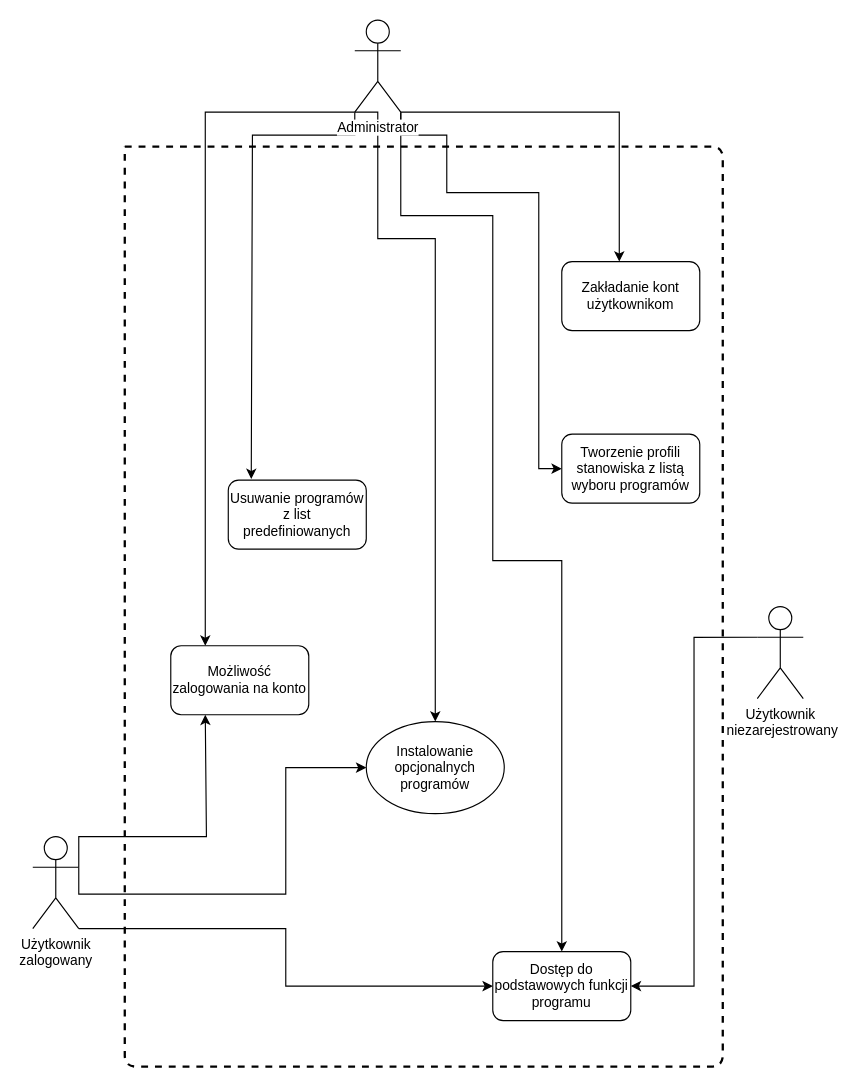
PioGaw97/ZarzCyklAppWsei keeps this draw.io diagram as ZarządzanieCyklApp.drawio. Above is the earlier version. Source tidied: cells renumbered, new cells numbered last; positions are measured from the earlier drawing's top-left corner, leaving out a move shared by most shapes. Both pictures are drawn from the tidied source at 115%, with x=0, y=0 at pixel (32, 20).
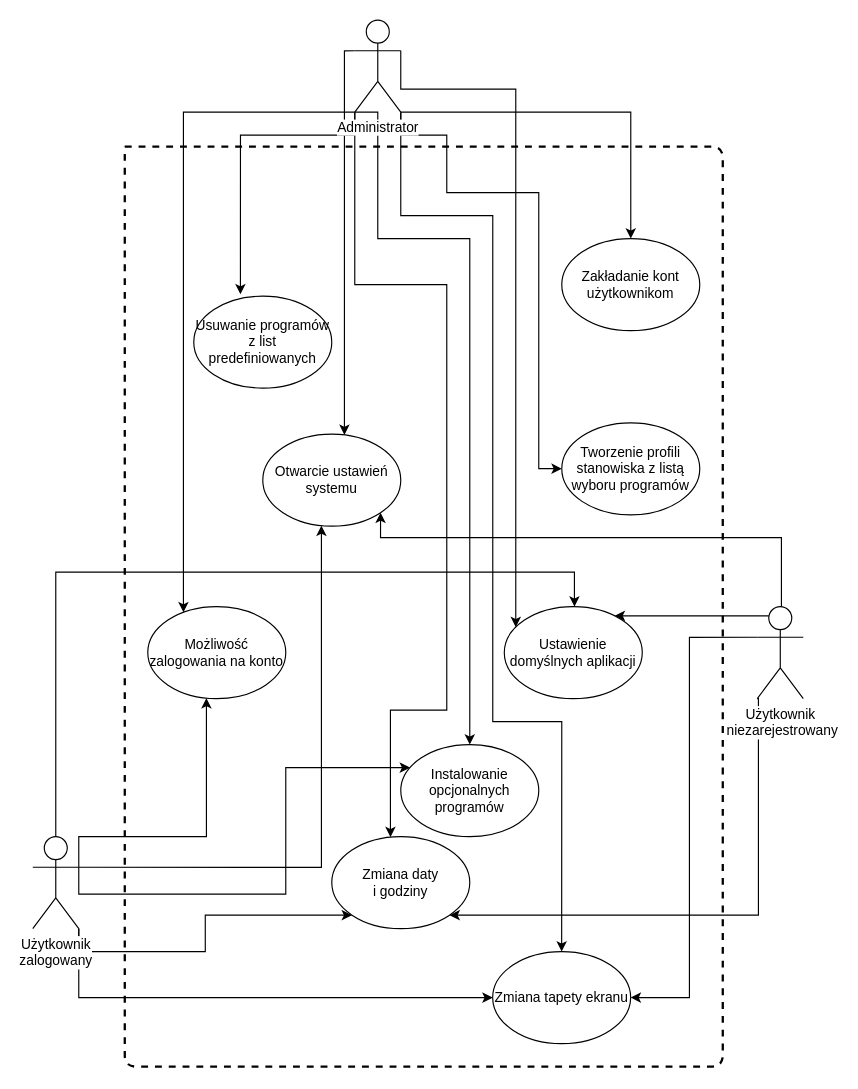
The same page after the edit.

Unchanged cells that the change refers to:
```xml
<mxCell id="8" value="&lt;div&gt;Administrator&lt;/div&gt;" style="shape=umlActor;verticalLabelPosition=bottom;labelBackgroundColor=#ffffff;verticalAlign=top;html=1;outlineConnect=0;" parent="1" vertex="1">
  <mxGeometry x="280" width="40" height="80" as="geometry" />
</mxCell>
<mxCell id="10" value="&lt;div&gt;Użytkownik&lt;/div&gt;&amp;nbsp;niezarejestrowany" style="shape=umlActor;verticalLabelPosition=bottom;labelBackgroundColor=#ffffff;verticalAlign=top;html=1;outlineConnect=0;" parent="1" vertex="1">
  <mxGeometry x="630" y="510" width="40" height="80" as="geometry" />
</mxCell>
<mxCell id="14" value="&lt;div&gt;Użytkownik &lt;br&gt;&lt;/div&gt;&lt;div&gt;zalogowany&lt;/div&gt;" style="shape=umlActor;verticalLabelPosition=bottom;labelBackgroundColor=#ffffff;verticalAlign=top;html=1;outlineConnect=0;" parent="1" vertex="1">
  <mxGeometry y="710" width="40" height="80" as="geometry" />
</mxCell>
```

The edit, as a diff of the source:
```diff
@@
     <mxCell id="2" style="edgeStyle=orthogonalEdgeStyle;rounded=0;jettySize=auto;html=1;exitX=1;exitY=1;exitDx=0;exitDy=0;exitPerimeter=0;" parent="1" edge="1" source="8" target="15">
       <mxGeometry relative="1" as="geometry">
         <Array as="points">
-          <mxPoint x="510" y="80" />
+          <mxPoint x="520" y="80" />
         </Array>
       </mxGeometry>
     </mxCell>
@@
-    <mxCell id="4" style="edgeStyle=orthogonalEdgeStyle;rounded=0;jettySize=auto;html=1;exitX=0;exitY=1;exitDx=0;exitDy=0;exitPerimeter=0;entryX=0.172;entryY=0;entryDx=0;entryDy=0;entryPerimeter=0;" parent="1" edge="1" source="8" target="17">
+    <mxCell id="4" style="edgeStyle=orthogonalEdgeStyle;rounded=0;jettySize=auto;html=1;exitX=0;exitY=1;exitDx=0;exitDy=0;exitPerimeter=0;entryX=0.338;entryY=-0.019;entryDx=0;entryDy=0;entryPerimeter=0;" parent="1" edge="1" source="8" target="17">
       <mxGeometry relative="1" as="geometry">
         <Array as="points">
           <mxPoint x="280" y="100" />
-          <mxPoint x="191" y="100" />
+          <mxPoint x="181" y="100" />
         </Array>
       </mxGeometry>
     </mxCell>
-    <mxCell id="5" style="edgeStyle=orthogonalEdgeStyle;rounded=0;jettySize=auto;html=1;exitX=0;exitY=1;exitDx=0;exitDy=0;exitPerimeter=0;entryX=0.25;entryY=0;entryDx=0;entryDy=0;" parent="1" edge="1" source="8" target="19">
+    <mxCell id="5" style="edgeStyle=orthogonalEdgeStyle;rounded=0;jettySize=auto;html=1;exitX=0;exitY=1;exitDx=0;exitDy=0;exitPerimeter=0;" parent="1" edge="1" source="8" target="19">
       <mxGeometry relative="1" as="geometry">
         <Array as="points">
-          <mxPoint x="150" y="80" />
+          <mxPoint x="131" y="80" />
         </Array>
       </mxGeometry>
     </mxCell>
     <mxCell id="6" style="edgeStyle=orthogonalEdgeStyle;rounded=0;jettySize=auto;html=1;exitX=0;exitY=1;exitDx=0;exitDy=0;exitPerimeter=0;entryX=0.5;entryY=0;entryDx=0;entryDy=0;" parent="1" edge="1" source="8" target="21">
       <mxGeometry relative="1" as="geometry">
         <Array as="points">
           <mxPoint x="300" y="80" />
           <mxPoint x="300" y="190" />
-          <mxPoint x="350" y="190" />
+          <mxPoint x="380" y="190" />
         </Array>
       </mxGeometry>
     </mxCell>
-    <mxCell id="7" style="edgeStyle=orthogonalEdgeStyle;rounded=0;jettySize=auto;html=1;exitX=1;exitY=1;exitDx=0;exitDy=0;exitPerimeter=0;entryX=0.5;entryY=0;entryDx=0;entryDy=0;" parent="1" edge="1" source="8" target="18">
+    <mxCell id="7" style="edgeStyle=orthogonalEdgeStyle;rounded=0;jettySize=auto;html=1;exitX=1;exitY=1;exitDx=0;exitDy=0;exitPerimeter=0;" parent="1" edge="1" source="8" target="31">
       <mxGeometry relative="1" as="geometry">
         <Array as="points">
           <mxPoint x="320" y="170" />
           <mxPoint x="400" y="170" />
-          <mxPoint x="400" y="470" />
-          <mxPoint x="460" y="470" />
+          <mxPoint x="400" y="610" />
+          <mxPoint x="460" y="610" />
         </Array>
       </mxGeometry>
     </mxCell>
+    <mxCell id="22" style="edgeStyle=orthogonalEdgeStyle;rounded=0;jettySize=auto;html=1;exitX=0;exitY=1;exitDx=0;exitDy=0;exitPerimeter=0;strokeWidth=1;" parent="1" edge="1" source="8" target="32">
+      <mxGeometry relative="1" as="geometry">
+        <Array as="points">
+          <mxPoint x="280" y="230" />
+          <mxPoint x="360" y="230" />
+          <mxPoint x="360" y="600" />
+          <mxPoint x="311" y="600" />
+        </Array>
+      </mxGeometry>
+    </mxCell>
+    <mxCell id="23" style="edgeStyle=orthogonalEdgeStyle;rounded=0;jettySize=auto;html=1;exitX=1;exitY=0.3333333333333333;exitDx=0;exitDy=0;exitPerimeter=0;strokeWidth=1;" parent="1" edge="1" source="8" target="33">
+      <mxGeometry relative="1" as="geometry">
+        <Array as="points">
+          <mxPoint x="320" y="60" />
+          <mxPoint x="420" y="60" />
+        </Array>
+      </mxGeometry>
+    </mxCell>
+    <mxCell id="24" style="edgeStyle=orthogonalEdgeStyle;rounded=0;jettySize=auto;html=1;exitX=0;exitY=0.3333333333333333;exitDx=0;exitDy=0;exitPerimeter=0;strokeWidth=1;" parent="1" edge="1" source="8" target="34">
+      <mxGeometry relative="1" as="geometry">
+        <Array as="points">
+          <mxPoint x="271" y="27" />
+        </Array>
+      </mxGeometry>
+    </mxCell>
@@
-    <mxCell id="9" style="edgeStyle=orthogonalEdgeStyle;rounded=0;jettySize=auto;html=1;exitX=0;exitY=0.3333333333333333;exitDx=0;exitDy=0;exitPerimeter=0;entryX=1;entryY=0.5;entryDx=0;entryDy=0;" parent="1" edge="1" source="10" target="18">
-      <mxGeometry relative="1" as="geometry" />
+    <mxCell id="9" style="edgeStyle=orthogonalEdgeStyle;rounded=0;jettySize=auto;html=1;exitX=0;exitY=0.3333333333333333;exitDx=0;exitDy=0;exitPerimeter=0;entryX=1;entryY=0.5;entryDx=0;entryDy=0;" parent="1" edge="1" source="10" target="31">
+      <mxGeometry relative="1" as="geometry">
+        <Array as="points">
+          <mxPoint x="571" y="536" />
+          <mxPoint x="571" y="850" />
+        </Array>
+      </mxGeometry>
     </mxCell>
+    <mxCell id="25" style="edgeStyle=orthogonalEdgeStyle;rounded=0;jettySize=auto;html=1;exitX=0;exitY=1;exitDx=0;exitDy=0;exitPerimeter=0;entryX=1;entryY=1;entryDx=0;entryDy=0;strokeWidth=1;" parent="1" edge="1" source="10" target="32">
+      <mxGeometry relative="1" as="geometry">
+        <Array as="points">
+          <mxPoint x="631" y="778" />
+        </Array>
+      </mxGeometry>
+    </mxCell>
+    <mxCell id="26" style="edgeStyle=orthogonalEdgeStyle;rounded=0;jettySize=auto;html=1;exitX=0.25;exitY=0.1;exitDx=0;exitDy=0;exitPerimeter=0;strokeWidth=1;" parent="1" edge="1" source="10" target="33">
+      <mxGeometry relative="1" as="geometry">
+        <Array as="points">
+          <mxPoint x="540" y="518" />
+          <mxPoint x="540" y="518" />
+        </Array>
+      </mxGeometry>
+    </mxCell>
+    <mxCell id="27" style="edgeStyle=orthogonalEdgeStyle;rounded=0;jettySize=auto;html=1;exitX=0.5;exitY=0;exitDx=0;exitDy=0;exitPerimeter=0;strokeWidth=1;entryX=1;entryY=1;entryDx=0;entryDy=0;" parent="1" edge="1" source="10" target="34">
+      <mxGeometry relative="1" as="geometry">
+        <Array as="points">
+          <mxPoint x="651" y="450" />
+          <mxPoint x="302" y="450" />
+        </Array>
+      </mxGeometry>
+    </mxCell>
@@
-    <mxCell id="11" style="edgeStyle=orthogonalEdgeStyle;rounded=0;jettySize=auto;html=1;exitX=1;exitY=0.3333333333333333;exitDx=0;exitDy=0;exitPerimeter=0;entryX=0.25;entryY=1;entryDx=0;entryDy=0;" parent="1" edge="1" source="14" target="19">
+    <mxCell id="11" style="edgeStyle=orthogonalEdgeStyle;rounded=0;jettySize=auto;html=1;exitX=1;exitY=0.3333333333333333;exitDx=0;exitDy=0;exitPerimeter=0;" parent="1" edge="1" source="14" target="19">
       <mxGeometry relative="1" as="geometry">
         <Array as="points">
           <mxPoint x="40" y="710" />
           <mxPoint x="151" y="710" />
         </Array>
       </mxGeometry>
     </mxCell>
-    <mxCell id="12" style="edgeStyle=orthogonalEdgeStyle;rounded=0;jettySize=auto;html=1;exitX=1;exitY=1;exitDx=0;exitDy=0;exitPerimeter=0;entryX=0;entryY=0.5;entryDx=0;entryDy=0;" parent="1" edge="1" source="14" target="18">
+    <mxCell id="12" style="edgeStyle=orthogonalEdgeStyle;rounded=0;jettySize=auto;html=1;exitX=1;exitY=1;exitDx=0;exitDy=0;exitPerimeter=0;entryX=0;entryY=0.5;entryDx=0;entryDy=0;" parent="1" edge="1" source="14" target="31">
       <mxGeometry relative="1" as="geometry">
         <Array as="points">
-          <mxPoint x="220" y="790" />
-          <mxPoint x="220" y="840" />
+          <mxPoint x="40" y="850" />
         </Array>
       </mxGeometry>
     </mxCell>
@@
+    <mxCell id="28" style="edgeStyle=orthogonalEdgeStyle;rounded=0;jettySize=auto;html=1;exitX=1;exitY=1;exitDx=0;exitDy=0;exitPerimeter=0;entryX=0;entryY=1;entryDx=0;entryDy=0;strokeWidth=1;" parent="1" edge="1" source="14" target="32">
+      <mxGeometry relative="1" as="geometry" />
+    </mxCell>
+    <mxCell id="29" style="edgeStyle=orthogonalEdgeStyle;rounded=0;jettySize=auto;html=1;exitX=0.5;exitY=0;exitDx=0;exitDy=0;exitPerimeter=0;strokeWidth=1;" parent="1" edge="1" source="14" target="33">
+      <mxGeometry relative="1" as="geometry">
+        <Array as="points">
+          <mxPoint x="20" y="480" />
+          <mxPoint x="471" y="480" />
+        </Array>
+      </mxGeometry>
+    </mxCell>
+    <mxCell id="30" style="edgeStyle=orthogonalEdgeStyle;rounded=0;jettySize=auto;html=1;exitX=1;exitY=0.3333333333333333;exitDx=0;exitDy=0;exitPerimeter=0;strokeWidth=1;" parent="1" edge="1" source="14" target="34">
+      <mxGeometry relative="1" as="geometry">
+        <Array as="points">
+          <mxPoint x="251" y="736" />
+        </Array>
+      </mxGeometry>
+    </mxCell>
@@
-    <mxCell id="15" value="&lt;div&gt;Zakładanie kont użytkownikom&lt;/div&gt;" style="rounded=1;whiteSpace=wrap;html=1;" parent="1" vertex="1">
-      <mxGeometry x="460" y="210" width="120" height="60" as="geometry" />
-    </mxCell>
-    <mxCell id="16" value="&lt;div&gt;Tworzenie profili stanowiska z listą wyboru programów&lt;/div&gt;" style="rounded=1;whiteSpace=wrap;html=1;" parent="1" vertex="1">
-      <mxGeometry x="460" y="360" width="120" height="60" as="geometry" />
-    </mxCell>
-    <mxCell id="17" value="Usuwanie programów z list predefiniowanych" style="rounded=1;whiteSpace=wrap;html=1;perimeterSpacing=1;" parent="1" vertex="1">
-      <mxGeometry x="170" y="400" width="120" height="60" as="geometry" />
-    </mxCell>
-    <mxCell id="18" value="&lt;div&gt;Dostęp do podstawowych funkcji programu&lt;/div&gt;" style="rounded=1;whiteSpace=wrap;html=1;" parent="1" vertex="1">
-      <mxGeometry x="400" y="810" width="120" height="60" as="geometry" />
-    </mxCell>
-    <mxCell id="19" value="Możliwość zalogowania na konto" style="rounded=1;whiteSpace=wrap;html=1;" parent="1" vertex="1">
-      <mxGeometry x="120" y="544" width="120" height="60" as="geometry" />
-    </mxCell>
@@
     <mxCell id="21" value="Instalowanie opcjonalnych programów" style="ellipse;whiteSpace=wrap;html=1;rounded=1;glass=0;" parent="1" vertex="1">
-      <mxGeometry x="290" y="610" width="120" height="80" as="geometry" />
+      <mxGeometry x="320" y="630" width="120" height="80" as="geometry" />
     </mxCell>
+    <mxCell id="17" value="Usuwanie programów z list predefiniowanych" style="ellipse;whiteSpace=wrap;html=1;rounded=1;glass=0;" parent="1" vertex="1">
+      <mxGeometry x="140" y="240" width="120" height="80" as="geometry" />
+    </mxCell>
+    <mxCell id="19" value="Możliwość zalogowania na konto" style="ellipse;whiteSpace=wrap;html=1;" parent="1" vertex="1">
+      <mxGeometry x="100" y="510" width="120" height="80" as="geometry" />
+    </mxCell>
+    <mxCell id="31" value="&lt;div&gt;Zmiana tapety ekranu&lt;/div&gt;" style="ellipse;whiteSpace=wrap;html=1;" parent="1" vertex="1">
+      <mxGeometry x="399.9" y="810" width="120" height="80" as="geometry" />
+    </mxCell>
+    <mxCell id="16" value="&lt;div&gt;Tworzenie profili stanowiska z listą wyboru programów&lt;/div&gt;" style="ellipse;whiteSpace=wrap;html=1;" parent="1" vertex="1">
+      <mxGeometry x="460" y="350.2" width="120" height="80" as="geometry" />
+    </mxCell>
+    <mxCell id="15" value="&lt;div&gt;Zakładanie kont użytkownikom&lt;/div&gt;" style="ellipse;whiteSpace=wrap;html=1;" parent="1" vertex="1">
+      <mxGeometry x="460" y="190" width="120" height="80" as="geometry" />
+    </mxCell>
+    <mxCell id="32" value="&lt;div&gt;Zmiana daty &lt;br&gt;&lt;/div&gt;&lt;div&gt;i godziny&lt;/div&gt;" style="ellipse;whiteSpace=wrap;html=1;" parent="1" vertex="1">
+      <mxGeometry x="260" y="710" width="120" height="80" as="geometry" />
+    </mxCell>
+    <mxCell id="33" value="Ustawienie domyślnych aplikacji" style="ellipse;whiteSpace=wrap;html=1;rounded=1;glass=0;" parent="1" vertex="1">
+      <mxGeometry x="410" y="510" width="120" height="80" as="geometry" />
+    </mxCell>
+    <mxCell id="34" value="&lt;div&gt;Otwarcie ustawień systemu&lt;/div&gt;" style="ellipse;whiteSpace=wrap;html=1;rounded=1;glass=0;" parent="1" vertex="1">
+      <mxGeometry x="200" y="360" width="120" height="80" as="geometry" />
+    </mxCell>
```
